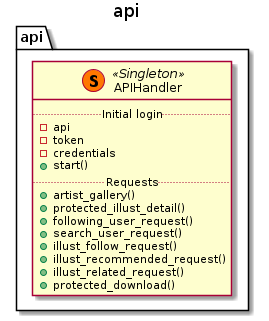
This is docs/puml/classes/render/api.png from akazukin5151/koneko, a PlantUML export, as it was before one commit.
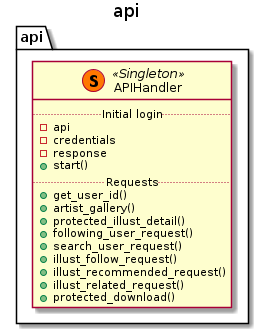
After the change.

Diff of the diagram source:
```diff
@@ -5,10 +5,11 @@
 class api.APIHandler << (S,#FF7700) Singleton >> {
     ..Initial login..
     - api
-    - token
     - credentials
+    - response
     +start()
     ..Requests..
+    +get_user_id()
     +artist_gallery()
     +protected_illust_detail()
     +following_user_request()
```
